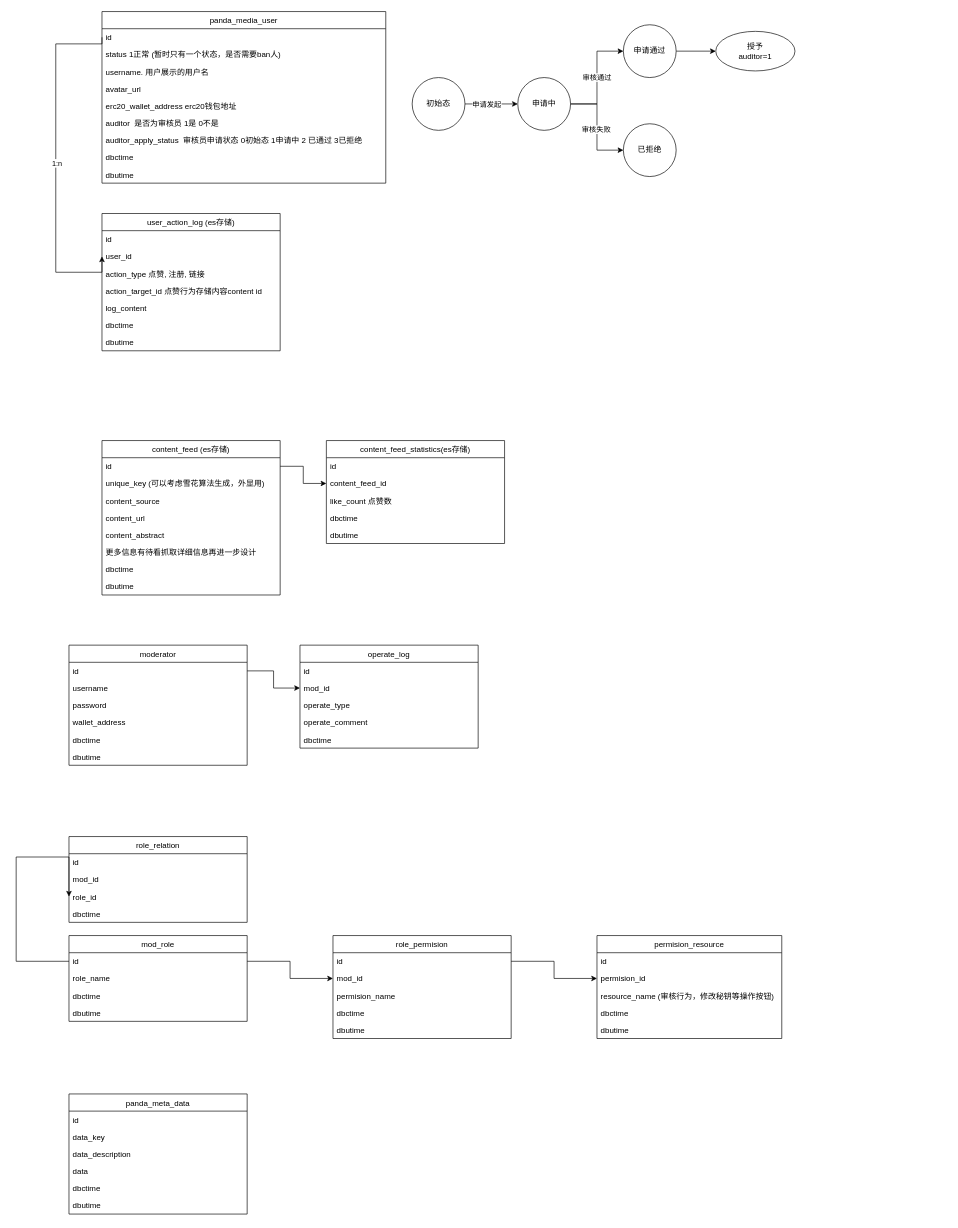
The draw.io diagram PandaMedia.drawio in People-DAO/PandaDAO, before the edit. Source tidied: cells renumbered, new cells numbered last; positions are measured from the earlier drawing's top-left corner, leaving out a move shared by most shapes. Both pictures are drawn from the tidied source at 66%, with x=0, y=0 at pixel (16, 11).
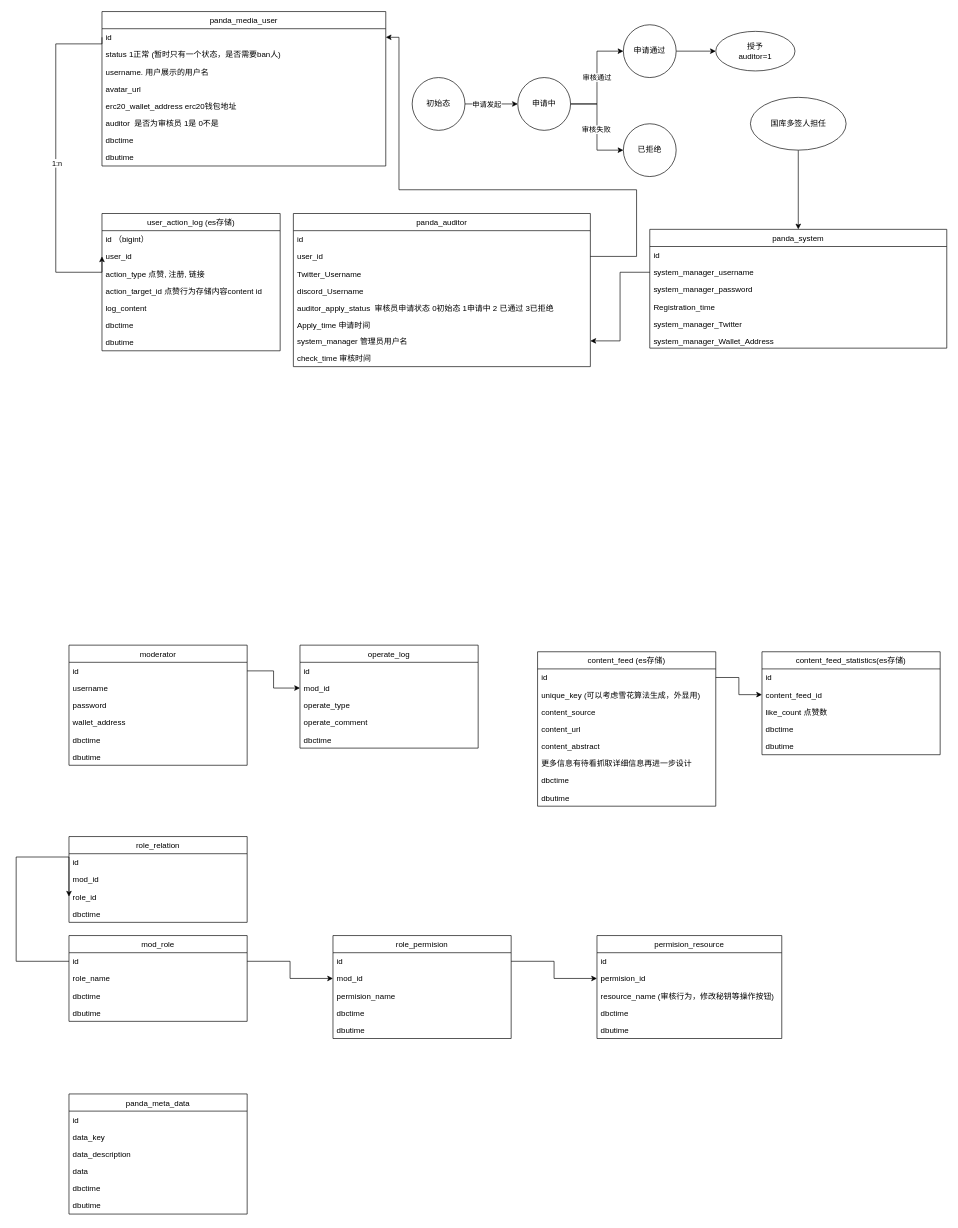
The same diagram, later.

Unchanged cells that the change refers to:
```xml
<mxCell id="3" value="id" style="text;strokeColor=none;fillColor=none;align=left;verticalAlign=top;spacingLeft=4;spacingRight=4;overflow=hidden;points=[[0,0.5],[1,0.5]];portConstraint=eastwest;" parent="2" vertex="1">
  <mxGeometry y="26" width="430" height="26" as="geometry" />
</mxCell>
<mxCell id="12" value="user_action_log (es存储)" style="swimlane;fontStyle=0;horizontal=1;startSize=26;fillColor=none;" parent="1" vertex="1">
  <mxGeometry x="130" y="306" width="270" height="208" as="geometry" />
</mxCell>
```

Diff of the diagram source:
```diff
@@
     <mxCell id="2" value="panda_media_user" style="swimlane;fontStyle=0;horizontal=1;startSize=26;fillColor=none;" parent="1" vertex="1">
-      <mxGeometry x="130" width="430" height="260" as="geometry" />
+      <mxGeometry x="130" width="430" height="234" as="geometry" />
     </mxCell>
@@
-    <mxCell id="9" value="auditor_apply_status  审核员申请状态 0初始态 1申请中 2 已通过 3已拒绝" style="text;strokeColor=none;fillColor=none;align=left;verticalAlign=top;spacingLeft=4;spacingRight=4;overflow=hidden;" parent="2" vertex="1">
-      <mxGeometry y="182" width="430" height="26" as="geometry" />
-    </mxCell>
     <mxCell id="10" value="dbctime" style="text;strokeColor=none;fillColor=none;align=left;verticalAlign=top;spacingLeft=4;spacingRight=4;overflow=hidden;" parent="2" vertex="1">
-      <mxGeometry y="208" width="430" height="26" as="geometry" />
+      <mxGeometry y="182" width="430" height="26" as="geometry" />
     </mxCell>
     <mxCell id="11" value="dbutime" style="text;strokeColor=none;fillColor=none;align=left;verticalAlign=top;spacingLeft=4;spacingRight=4;overflow=hidden;" parent="2" vertex="1">
-      <mxGeometry y="234" width="430" height="26" as="geometry" />
+      <mxGeometry y="208" width="430" height="26" as="geometry" />
     </mxCell>
@@
-    <mxCell id="13" value="id" style="text;strokeColor=none;fillColor=none;align=left;verticalAlign=top;spacingLeft=4;spacingRight=4;overflow=hidden;" parent="12" vertex="1">
+    <mxCell id="13" value="id （bigint）" style="text;strokeColor=none;fillColor=none;align=left;verticalAlign=top;spacingLeft=4;spacingRight=4;overflow=hidden;" parent="12" vertex="1">
       <mxGeometry y="26" width="270" height="26" as="geometry" />
     </mxCell>
@@
     <mxCell id="22" value="content_feed (es存储)" style="swimlane;fontStyle=0;horizontal=1;startSize=26;fillColor=none;" parent="1" vertex="1">
-      <mxGeometry x="130" y="650" width="270" height="234" as="geometry" />
+      <mxGeometry x="790" y="970" width="270" height="234" as="geometry" />
     </mxCell>
@@
     <mxCell id="31" value="content_feed_statistics(es存储)" style="swimlane;fontStyle=0;horizontal=1;startSize=26;fillColor=none;" parent="1" vertex="1">
-      <mxGeometry x="470" y="650" width="270" height="156" as="geometry" />
+      <mxGeometry x="1130" y="970" width="270" height="156" as="geometry" />
     </mxCell>
@@
+    <mxCell id="95" value="panda_auditor" style="swimlane;fontStyle=0;horizontal=1;startSize=26;fillColor=none;" parent="1" vertex="1">
+      <mxGeometry x="420" y="306" width="450" height="232" as="geometry" />
+    </mxCell>
+    <mxCell id="96" value="id" style="text;strokeColor=none;fillColor=none;align=left;verticalAlign=top;spacingLeft=4;spacingRight=4;overflow=hidden;" parent="95" vertex="1">
+      <mxGeometry y="26" width="450" height="26" as="geometry" />
+    </mxCell>
+    <mxCell id="97" value="user_id" style="text;strokeColor=none;fillColor=none;align=left;verticalAlign=top;spacingLeft=4;spacingRight=4;overflow=hidden;points=[[0,0.5],[1,0.5]];portConstraint=eastwest;" parent="95" vertex="1">
+      <mxGeometry y="52" width="450" height="26" as="geometry" />
+    </mxCell>
+    <mxCell id="98" value="Twitter_Username" style="text;strokeColor=none;fillColor=none;align=left;verticalAlign=top;spacingLeft=4;spacingRight=4;overflow=hidden;" parent="95" vertex="1">
+      <mxGeometry y="78" width="450" height="26" as="geometry" />
+    </mxCell>
+    <mxCell id="99" value="discord_Username" style="text;strokeColor=none;fillColor=none;align=left;verticalAlign=top;spacingLeft=4;spacingRight=4;overflow=hidden;" parent="95" vertex="1">
+      <mxGeometry y="104" width="450" height="26" as="geometry" />
+    </mxCell>
+    <mxCell id="9" value="auditor_apply_status  审核员申请状态 0初始态 1申请中 2 已通过 3已拒绝" style="text;strokeColor=none;fillColor=none;align=left;verticalAlign=top;spacingLeft=4;spacingRight=4;overflow=hidden;" parent="95" vertex="1">
+      <mxGeometry y="130" width="450" height="26" as="geometry" />
+    </mxCell>
+    <mxCell id="100" value="Apply_time 申请时间" style="text;strokeColor=none;fillColor=none;align=left;verticalAlign=top;spacingLeft=4;spacingRight=4;overflow=hidden;" parent="95" vertex="1">
+      <mxGeometry y="156" width="450" height="24" as="geometry" />
+    </mxCell>
+    <mxCell id="101" value="system_manager 管理员用户名" style="text;strokeColor=none;fillColor=none;align=left;verticalAlign=top;spacingLeft=4;spacingRight=4;overflow=hidden;points=[[0,0.5],[1,0.5]];portConstraint=eastwest;" parent="95" vertex="1">
+      <mxGeometry y="180" width="450" height="26" as="geometry" />
+    </mxCell>
+    <mxCell id="102" value="check_time 审核时间" style="text;strokeColor=none;fillColor=none;align=left;verticalAlign=top;spacingLeft=4;spacingRight=4;overflow=hidden;" parent="95" vertex="1">
+      <mxGeometry y="206" width="450" height="26" as="geometry" />
+    </mxCell>
+    <mxCell id="103" style="edgeStyle=orthogonalEdgeStyle;rounded=0;jettySize=auto;html=1;exitX=1;exitY=0.5;exitDx=0;exitDy=0;entryX=1;entryY=0.5;entryDx=0;entryDy=0;" parent="1" edge="1" source="97" target="3">
+      <mxGeometry relative="1" as="geometry">
+        <Array as="points">
+          <mxPoint x="940" y="371" />
+          <mxPoint x="940" y="270" />
+          <mxPoint x="580" y="270" />
+          <mxPoint x="580" y="39" />
+        </Array>
+      </mxGeometry>
+    </mxCell>
+    <mxCell id="104" value="panda_system" style="swimlane;fontStyle=0;horizontal=1;startSize=26;fillColor=none;" parent="1" vertex="1">
+      <mxGeometry x="960" y="330" width="450" height="180" as="geometry" />
+    </mxCell>
+    <mxCell id="105" value="id" style="text;strokeColor=none;fillColor=none;align=left;verticalAlign=top;spacingLeft=4;spacingRight=4;overflow=hidden;" parent="104" vertex="1">
+      <mxGeometry y="26" width="450" height="26" as="geometry" />
+    </mxCell>
+    <mxCell id="106" value="system_manager_username" style="text;strokeColor=none;fillColor=none;align=left;verticalAlign=top;spacingLeft=4;spacingRight=4;overflow=hidden;points=[[0,0.5],[1,0.5]];portConstraint=eastwest;" parent="104" vertex="1">
+      <mxGeometry y="52" width="450" height="26" as="geometry" />
+    </mxCell>
+    <mxCell id="107" value="system_manager_password" style="text;strokeColor=none;fillColor=none;align=left;verticalAlign=top;spacingLeft=4;spacingRight=4;overflow=hidden;" parent="104" vertex="1">
+      <mxGeometry y="78" width="450" height="26" as="geometry" />
+    </mxCell>
+    <mxCell id="108" value="Registration_time" style="text;strokeColor=none;fillColor=none;align=left;verticalAlign=top;spacingLeft=4;spacingRight=4;overflow=hidden;" parent="104" vertex="1">
+      <mxGeometry y="104" width="450" height="26" as="geometry" />
+    </mxCell>
+    <mxCell id="109" value="system_manager_Twitter" style="text;strokeColor=none;fillColor=none;align=left;verticalAlign=top;spacingLeft=4;spacingRight=4;overflow=hidden;" parent="104" vertex="1">
+      <mxGeometry y="130" width="450" height="26" as="geometry" />
+    </mxCell>
+    <mxCell id="110" value="system_manager_Wallet_Address" style="text;strokeColor=none;fillColor=none;align=left;verticalAlign=top;spacingLeft=4;spacingRight=4;overflow=hidden;" parent="104" vertex="1">
+      <mxGeometry y="156" width="450" height="24" as="geometry" />
+    </mxCell>
+    <mxCell id="111" style="edgeStyle=orthogonalEdgeStyle;rounded=0;jettySize=auto;html=1;entryX=1;entryY=0.5;entryDx=0;entryDy=0;" parent="1" edge="1" source="106" target="101">
+      <mxGeometry relative="1" as="geometry" />
+    </mxCell>
+    <mxCell id="112" style="edgeStyle=orthogonalEdgeStyle;rounded=0;jettySize=auto;html=1;" parent="1" edge="1" source="113" target="104">
+      <mxGeometry relative="1" as="geometry" />
+    </mxCell>
+    <mxCell id="113" value="国库多签人担任" style="ellipse;whiteSpace=wrap;html=1;" parent="1" vertex="1">
+      <mxGeometry x="1112.5" y="130" width="145" height="80" as="geometry" />
+    </mxCell>
```
